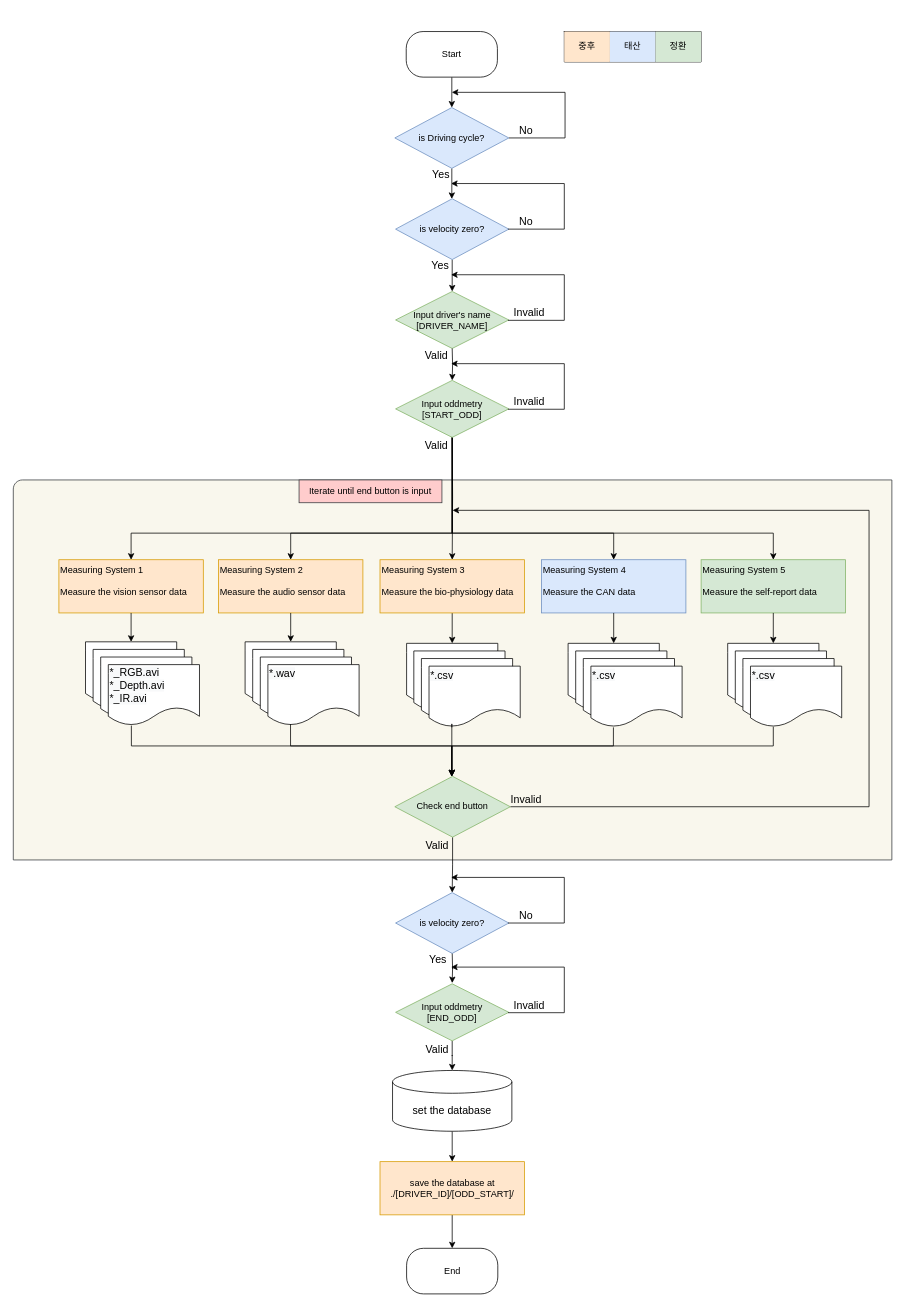
Earlier version of the draw.io diagram SystemFlowDiagram.drawio (gsethan17/DMS). Source tidied: cells renumbered, new cells numbered last; positions are measured from the earlier drawing's top-left corner, leaving out a move shared by most shapes. Both pictures are drawn from the tidied source at 76%, with x=0, y=0 at pixel (13, 31).
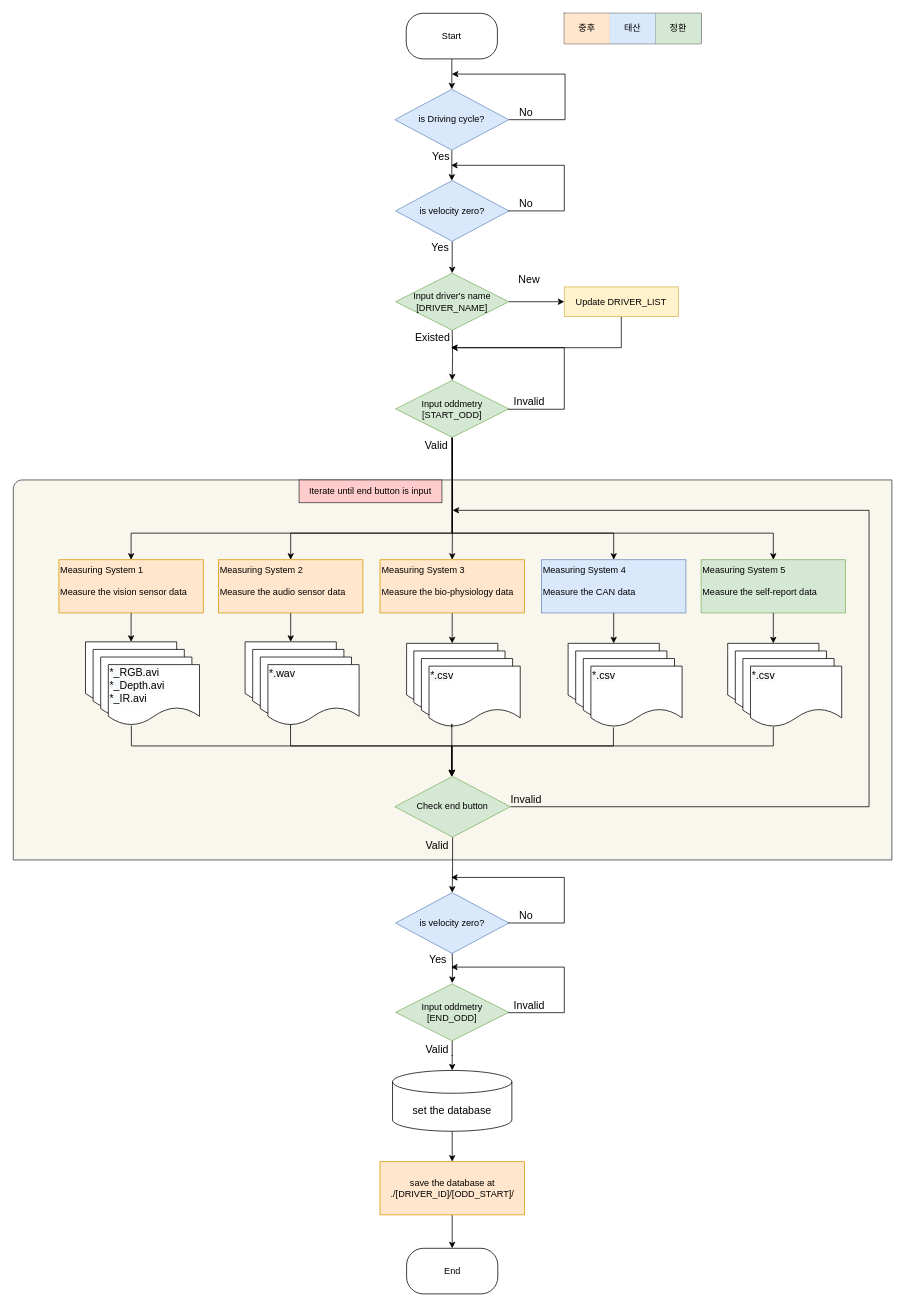
Above is the later version.

Unchanged cells that the change refers to:
```xml
<mxCell id="77" value="Input oddmetry&lt;br&gt;[START_ODD]" style="rhombus;whiteSpace=wrap;html=1;fillColor=#d5e8d4;strokeColor=#82b366;" parent="1" vertex="1">
  <mxGeometry x="503" y="459" width="149" height="75" as="geometry" />
</mxCell>
```

Diff of the diagram source:
```diff
@@
     <mxCell id="4" value="Start" style="rounded=1;whiteSpace=wrap;html=1;arcSize=37;" parent="1" vertex="1">
-      <mxGeometry x="517" width="120" height="60" as="geometry" />
+      <mxGeometry x="517" y="-24" width="120" height="60" as="geometry" />
     </mxCell>
     <mxCell id="5" style="edgeStyle=orthogonalEdgeStyle;rounded=0;jettySize=auto;html=1;fontSize=14;" parent="1" edge="1" source="7" target="12">
       <mxGeometry relative="1" as="geometry">
         <Array as="points">
-          <mxPoint x="577" y="200" />
-          <mxPoint x="577" y="200" />
+          <mxPoint x="577" y="176" />
+          <mxPoint x="577" y="176" />
         </Array>
       </mxGeometry>
     </mxCell>
     <mxCell id="6" style="edgeStyle=orthogonalEdgeStyle;rounded=0;jettySize=auto;html=1;" parent="1" edge="1" source="7">
       <mxGeometry relative="1" as="geometry">
-        <mxPoint x="577" y="80" as="targetPoint" />
+        <mxPoint x="577" y="56" as="targetPoint" />
         <Array as="points">
-          <mxPoint x="726" y="140" />
-          <mxPoint x="726" y="80" />
+          <mxPoint x="726" y="116" />
+          <mxPoint x="726" y="56" />
         </Array>
       </mxGeometry>
     </mxCell>
     <mxCell id="7" value="is Driving cycle?" style="rhombus;whiteSpace=wrap;html=1;fillColor=#dae8fc;strokeColor=#6c8ebf;" parent="1" vertex="1">
-      <mxGeometry x="502" y="100" width="150" height="80" as="geometry" />
+      <mxGeometry x="502" y="76" width="150" height="80" as="geometry" />
     </mxCell>
@@
+    <mxCell id="90" style="edgeStyle=orthogonalEdgeStyle;rounded=0;jettySize=auto;html=1;" parent="1" edge="1" source="9" target="92">
+      <mxGeometry relative="1" as="geometry" />
+    </mxCell>
     <mxCell id="9" value="Input driver's name&lt;br&gt;[DRIVER_NAME]" style="rhombus;whiteSpace=wrap;html=1;fillColor=#d5e8d4;strokeColor=#82b366;" parent="1" vertex="1">
-      <mxGeometry x="503" y="342" width="149" height="75" as="geometry" />
+      <mxGeometry x="503" y="318" width="149" height="75" as="geometry" />
     </mxCell>
@@
     <mxCell id="12" value="is velocity zero?" style="rhombus;whiteSpace=wrap;html=1;fillColor=#dae8fc;strokeColor=#6c8ebf;" parent="1" vertex="1">
-      <mxGeometry x="503" y="220" width="149" height="80" as="geometry" />
+      <mxGeometry x="503" y="196" width="149" height="80" as="geometry" />
     </mxCell>
@@
     <mxCell id="61" style="shape=table;html=1;whiteSpace=wrap;startSize=0;childLayout=tableLayout;fontSize=14;align=left;" parent="1" vertex="1">
-      <mxGeometry x="725" width="180" height="40" as="geometry" />
+      <mxGeometry x="725" y="-24" width="180" height="40" as="geometry" />
     </mxCell>
@@
     <mxCell id="66" value="Yes" style="text;html=1;strokeColor=none;fillColor=none;align=center;verticalAlign=middle;whiteSpace=wrap;rounded=0;fontSize=14;" parent="1" vertex="1">
-      <mxGeometry x="543" y="178" width="40" height="20" as="geometry" />
+      <mxGeometry x="543" y="154" width="40" height="20" as="geometry" />
     </mxCell>
     <mxCell id="67" value="Yes" style="text;html=1;strokeColor=none;fillColor=none;align=center;verticalAlign=middle;whiteSpace=wrap;rounded=0;fontSize=14;" parent="1" vertex="1">
-      <mxGeometry x="542" y="298" width="40" height="20" as="geometry" />
+      <mxGeometry x="542" y="274" width="40" height="20" as="geometry" />
     </mxCell>
-    <mxCell id="68" value="Valid" style="text;html=1;strokeColor=none;fillColor=none;align=center;verticalAlign=middle;whiteSpace=wrap;rounded=0;fontSize=14;" parent="1" vertex="1">
-      <mxGeometry x="537" y="417" width="40" height="20" as="geometry" />
+    <mxCell id="68" value="Existed" style="text;html=1;strokeColor=none;fillColor=none;align=center;verticalAlign=middle;whiteSpace=wrap;rounded=0;fontSize=14;" parent="1" vertex="1">
+      <mxGeometry x="532" y="393" width="40" height="20" as="geometry" />
     </mxCell>
@@
-    <mxCell id="71" value="Invalid" style="text;html=1;strokeColor=none;fillColor=none;align=center;verticalAlign=middle;whiteSpace=wrap;rounded=0;fontSize=14;" parent="1" vertex="1">
-      <mxGeometry x="659" y="360" width="40" height="20" as="geometry" />
+    <mxCell id="71" value="New" style="text;html=1;strokeColor=none;fillColor=none;align=center;verticalAlign=middle;whiteSpace=wrap;rounded=0;fontSize=14;" parent="1" vertex="1">
+      <mxGeometry x="659" y="316" width="40" height="20" as="geometry" />
     </mxCell>
     <mxCell id="72" value="No" style="text;html=1;strokeColor=none;fillColor=none;align=center;verticalAlign=middle;whiteSpace=wrap;rounded=0;fontSize=14;" parent="1" vertex="1">
-      <mxGeometry x="654" y="239.5" width="42" height="21" as="geometry" />
+      <mxGeometry x="654" y="215.5" width="42" height="21" as="geometry" />
     </mxCell>
     <mxCell id="73" value="No" style="text;html=1;strokeColor=none;fillColor=none;align=center;verticalAlign=middle;whiteSpace=wrap;rounded=0;fontSize=14;" parent="1" vertex="1">
-      <mxGeometry x="655" y="120" width="40" height="20" as="geometry" />
+      <mxGeometry x="655" y="96" width="40" height="20" as="geometry" />
     </mxCell>
     <mxCell id="74" style="edgeStyle=orthogonalEdgeStyle;rounded=0;orthogonalLoop=1;jettySize=auto;html=1;" parent="1" edge="1">
       <mxGeometry relative="1" as="geometry">
-        <mxPoint x="651" y="260" as="sourcePoint" />
-        <mxPoint x="576" y="200" as="targetPoint" />
+        <mxPoint x="651" y="236" as="sourcePoint" />
+        <mxPoint x="576" y="176" as="targetPoint" />
         <Array as="points">
-          <mxPoint x="725" y="260" />
-          <mxPoint x="725" y="200" />
+          <mxPoint x="725" y="236" />
+          <mxPoint x="725" y="176" />
         </Array>
       </mxGeometry>
     </mxCell>
-    <mxCell id="75" style="edgeStyle=orthogonalEdgeStyle;rounded=0;orthogonalLoop=1;jettySize=auto;html=1;" parent="1" edge="1">
-      <mxGeometry relative="1" as="geometry">
-        <mxPoint x="651" y="380" as="sourcePoint" />
-        <mxPoint x="576" y="320" as="targetPoint" />
-        <Array as="points">
-          <mxPoint x="725" y="380" />
-          <mxPoint x="725" y="320" />
-        </Array>
-      </mxGeometry>
-    </mxCell>
     <mxCell id="76" style="edgeStyle=orthogonalEdgeStyle;rounded=0;jettySize=auto;html=1;fontSize=14;" parent="1" edge="1" target="77">
       <mxGeometry relative="1" as="geometry">
-        <mxPoint x="577.5" y="417" as="sourcePoint" />
+        <mxPoint x="577.5" y="393" as="sourcePoint" />
       </mxGeometry>
     </mxCell>
@@
     <mxCell id="79" style="edgeStyle=orthogonalEdgeStyle;rounded=0;orthogonalLoop=1;jettySize=auto;html=1;" parent="1" edge="1">
       <mxGeometry relative="1" as="geometry">
         <mxPoint x="651" y="497" as="sourcePoint" />
-        <mxPoint x="576" y="437" as="targetPoint" />
+        <mxPoint x="576" y="416" as="targetPoint" />
         <Array as="points">
           <mxPoint x="725" y="497" />
-          <mxPoint x="725" y="437" />
+          <mxPoint x="725" y="416" />
+          <mxPoint x="576" y="416" />
         </Array>
       </mxGeometry>
     </mxCell>
@@
+    <mxCell id="91" style="edgeStyle=orthogonalEdgeStyle;rounded=0;jettySize=auto;html=1;" parent="1" edge="1" source="92">
+      <mxGeometry relative="1" as="geometry">
+        <mxPoint x="576" y="416" as="targetPoint" />
+        <Array as="points">
+          <mxPoint x="800" y="416" />
+        </Array>
+      </mxGeometry>
+    </mxCell>
+    <mxCell id="92" value="Update DRIVER_LIST" style="rounded=0;whiteSpace=wrap;html=1;fillColor=#fff2cc;strokeColor=#d6b656;" parent="1" vertex="1">
+      <mxGeometry x="725" y="336" width="150" height="39" as="geometry" />
+    </mxCell>
```
